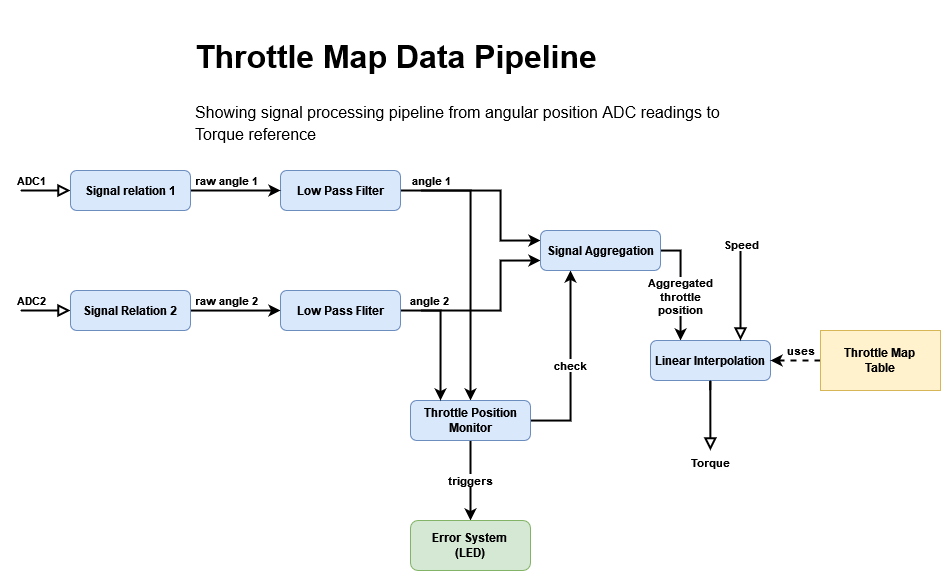
Wellett/throttle-case-study keeps this draw.io diagram as doc/pipeline_block_diagram.png. Above is the earlier version. Source tidied: cells renumbered, new cells last; positions are measured from the earlier drawing's top-left corner, leaving out a move shared by most shapes.
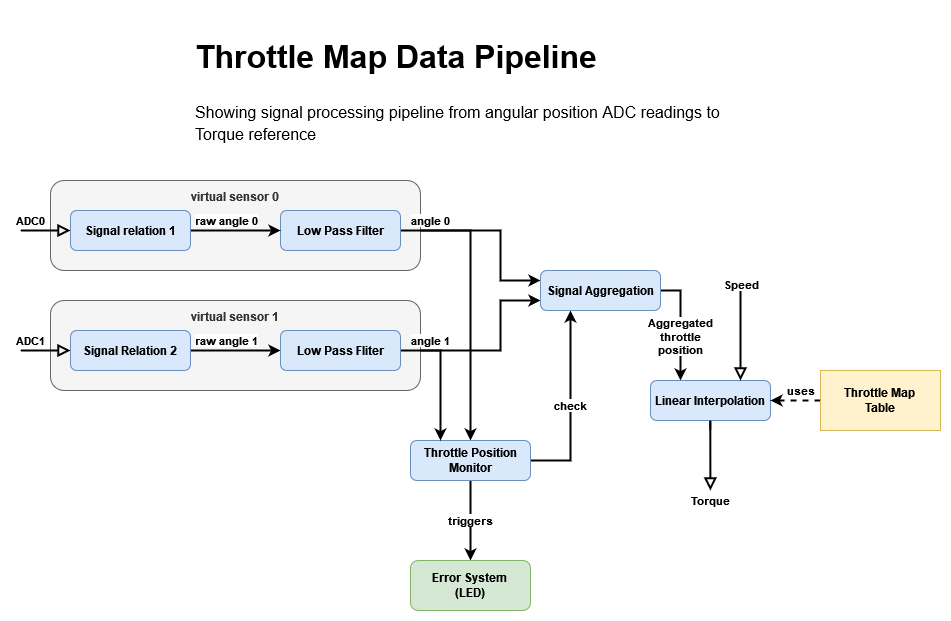
After the commit.

Commit message:
Update main block diagram

Change to the diagram source:
```diff
@@ -2,6 +2,12 @@
   <root>
     <mxCell id="0" />
     <mxCell id="1" parent="0" />
+    <mxCell id="28" value="&lt;div&gt;&lt;b&gt;virtual sensor 1&lt;br&gt;&lt;/b&gt;&lt;/div&gt;&lt;div&gt;&lt;b&gt;&lt;br&gt;&lt;/b&gt;&lt;/div&gt;&lt;div&gt;&lt;b&gt;&lt;br&gt;&lt;/b&gt;&lt;/div&gt;&lt;div&gt;&lt;b&gt;&lt;br&gt;&lt;/b&gt;&lt;/div&gt;&lt;div&gt;&lt;b&gt;&lt;br&gt;&lt;/b&gt;&lt;/div&gt;" style="rounded=1;whiteSpace=wrap;html=1;fillColor=#f5f5f5;strokeColor=#666666;fontColor=#333333;" parent="1" vertex="1">
+      <mxGeometry x="30" y="240" width="370" height="90" as="geometry" />
+    </mxCell>
+    <mxCell id="29" value="&lt;div&gt;&lt;b&gt;virtual sensor 0&lt;/b&gt;&lt;/div&gt;&lt;div&gt;&lt;b&gt;&lt;br&gt;&lt;/b&gt;&lt;/div&gt;&lt;div&gt;&lt;b&gt;&lt;br&gt;&lt;/b&gt;&lt;/div&gt;&lt;div&gt;&lt;b&gt;&lt;br&gt;&lt;/b&gt;&lt;/div&gt;&lt;div&gt;&lt;b&gt;&lt;br&gt;&lt;/b&gt;&lt;/div&gt;" style="rounded=1;whiteSpace=wrap;html=1;fillColor=#f5f5f5;strokeColor=#666666;fontColor=#333333;" parent="1" vertex="1">
+      <mxGeometry x="30" y="120" width="370" height="90" as="geometry" />
+    </mxCell>
     <mxCell id="2" style="edgeStyle=orthogonalEdgeStyle;rounded=0;jettySize=auto;html=1;entryX=0;entryY=0.25;entryDx=0;entryDy=0;strokeWidth=2;" parent="1" edge="1" target="18">
       <mxGeometry relative="1" as="geometry">
         <mxPoint x="400" y="170" as="sourcePoint" />
@@ -11,7 +17,7 @@
         </Array>
       </mxGeometry>
     </mxCell>
-    <mxCell id="3" value="angle 1" style="edgeStyle=orthogonalEdgeStyle;rounded=0;jettySize=auto;html=1;entryX=0.5;entryY=0;entryDx=0;entryDy=0;strokeWidth=2;fontStyle=1;exitX=1;exitY=0.5;exitDx=0;exitDy=0;" parent="1" edge="1" source="4" target="11">
+    <mxCell id="3" value="angle 0" style="edgeStyle=orthogonalEdgeStyle;rounded=0;jettySize=auto;html=1;entryX=0.5;entryY=0;entryDx=0;entryDy=0;strokeWidth=2;fontStyle=1;exitX=1;exitY=0.5;exitDx=0;exitDy=0;" parent="1" edge="1" source="4" target="11">
       <mxGeometry x="-0.79" y="10" relative="1" as="geometry">
         <Array as="points">
           <mxPoint x="450" y="170" />
@@ -21,18 +27,18 @@
     <mxCell id="4" value="Low Pass Filter" style="rounded=1;whiteSpace=wrap;html=1;fontSize=12;glass=0;strokeWidth=1;shadow=0;fontStyle=1;fillColor=#dae8fc;strokeColor=#6c8ebf;" parent="1" vertex="1">
       <mxGeometry x="260" y="150" width="120" height="40" as="geometry" />
     </mxCell>
-    <mxCell id="5" value="ADC1" style="edgeStyle=orthogonalEdgeStyle;rounded=0;html=1;jettySize=auto;fontSize=11;endArrow=block;endFill=0;endSize=8;strokeWidth=2;shadow=0;labelBackgroundColor=none;fontStyle=1;" parent="1" edge="1" target="7">
+    <mxCell id="5" value="ADC0" style="edgeStyle=orthogonalEdgeStyle;rounded=0;html=1;jettySize=auto;fontSize=11;endArrow=block;endFill=0;endSize=8;strokeWidth=2;shadow=0;labelBackgroundColor=none;fontStyle=1;" parent="1" edge="1" target="7">
       <mxGeometry x="-0.6" y="10" relative="1" as="geometry">
         <mxPoint y="170" as="sourcePoint" />
       </mxGeometry>
     </mxCell>
-    <mxCell id="6" value="raw angle 1" style="edgeStyle=orthogonalEdgeStyle;rounded=0;jettySize=auto;html=1;entryX=0;entryY=0.5;entryDx=0;entryDy=0;strokeWidth=2;fontStyle=1;" parent="1" edge="1" source="7" target="4">
+    <mxCell id="6" value="raw angle 0" style="edgeStyle=orthogonalEdgeStyle;rounded=0;jettySize=auto;html=1;entryX=0;entryY=0.5;entryDx=0;entryDy=0;strokeWidth=2;fontStyle=1;" parent="1" edge="1" source="7" target="4">
       <mxGeometry x="-0.2" y="10" relative="1" as="geometry" />
     </mxCell>
     <mxCell id="7" value="Signal relation 1" style="rounded=1;whiteSpace=wrap;html=1;fontSize=12;glass=0;strokeWidth=1;shadow=0;fillColor=#dae8fc;strokeColor=#6c8ebf;fontStyle=1;" parent="1" vertex="1">
       <mxGeometry x="50" y="150" width="120" height="40" as="geometry" />
     </mxCell>
-    <mxCell id="8" value="ADC2" style="edgeStyle=orthogonalEdgeStyle;rounded=0;html=1;jettySize=auto;fontSize=11;endArrow=block;endFill=0;endSize=8;strokeWidth=2;shadow=0;labelBackgroundColor=none;fontStyle=1;" parent="1" edge="1" target="13">
+    <mxCell id="8" value="ADC1" style="edgeStyle=orthogonalEdgeStyle;rounded=0;html=1;jettySize=auto;fontSize=11;endArrow=block;endFill=0;endSize=8;strokeWidth=2;shadow=0;labelBackgroundColor=none;fontStyle=1;" parent="1" edge="1" target="13">
       <mxGeometry x="-0.6" y="10" relative="1" as="geometry">
         <mxPoint y="290" as="sourcePoint" />
       </mxGeometry>
@@ -46,7 +52,7 @@
     <mxCell id="11" value="Throttle Position Monitor" style="rounded=1;whiteSpace=wrap;html=1;fontSize=12;glass=0;strokeWidth=1;shadow=0;fontStyle=1;fillColor=#dae8fc;strokeColor=#6c8ebf;" parent="1" vertex="1">
       <mxGeometry x="390" y="380" width="120" height="40" as="geometry" />
     </mxCell>
-    <mxCell id="12" value="&lt;div&gt;raw angle 2&lt;/div&gt;" style="edgeStyle=orthogonalEdgeStyle;rounded=0;jettySize=auto;html=1;entryX=0;entryY=0.5;entryDx=0;entryDy=0;strokeWidth=2;fontStyle=1;" parent="1" edge="1" source="13" target="16">
+    <mxCell id="12" value="&lt;div&gt;raw angle 1&lt;br&gt;&lt;/div&gt;" style="edgeStyle=orthogonalEdgeStyle;rounded=0;jettySize=auto;html=1;entryX=0;entryY=0.5;entryDx=0;entryDy=0;strokeWidth=2;fontStyle=1;" parent="1" edge="1" source="13" target="16">
       <mxGeometry x="-0.2" y="10" relative="1" as="geometry">
         <Array as="points">
           <mxPoint x="230" y="290" />
@@ -57,7 +63,7 @@
     <mxCell id="13" value="&lt;div&gt;Signal Relation 2&lt;/div&gt;" style="rounded=1;whiteSpace=wrap;html=1;fontSize=12;glass=0;strokeWidth=1;shadow=0;fontStyle=1;fillColor=#dae8fc;strokeColor=#6c8ebf;" parent="1" vertex="1">
       <mxGeometry x="50" y="270" width="120" height="40" as="geometry" />
     </mxCell>
-    <mxCell id="14" value="angle 2" style="edgeStyle=orthogonalEdgeStyle;rounded=0;jettySize=auto;html=1;entryX=0;entryY=0.75;entryDx=0;entryDy=0;strokeWidth=2;fontStyle=1;" parent="1" edge="1" target="18">
+    <mxCell id="14" value="angle 1" style="edgeStyle=orthogonalEdgeStyle;rounded=0;jettySize=auto;html=1;entryX=0;entryY=0.75;entryDx=0;entryDy=0;strokeWidth=2;fontStyle=1;" parent="1" edge="1" target="18">
       <mxGeometry x="-0.88" y="10" relative="1" as="geometry">
         <mxPoint x="400" y="290" as="sourcePoint" />
         <Array as="points">
@@ -130,7 +136,7 @@
       </mxGeometry>
     </mxCell>
     <mxCell id="27" value="&lt;h1&gt;&lt;font style=&quot;font-size: 32px;&quot;&gt;Throttle Map Data Pipeline&lt;/font&gt;&lt;br&gt;&lt;/h1&gt;&lt;p&gt;&lt;font style=&quot;font-size: 16px;&quot;&gt;Showing signal processing pipeline from angular position ADC readings to Torque reference&lt;/font&gt;&lt;br&gt;&lt;/p&gt;" style="text;html=1;strokeColor=none;fillColor=none;spacing=5;spacingTop=-20;whiteSpace=wrap;overflow=hidden;rounded=0;fontSize=18;" parent="1" vertex="1">
-      <mxGeometry x="170" width="560" height="130" as="geometry" />
+      <mxGeometry x="170" y="-40" width="560" height="130" as="geometry" />
     </mxCell>
   </root>
 </mxGraphModel>
```
